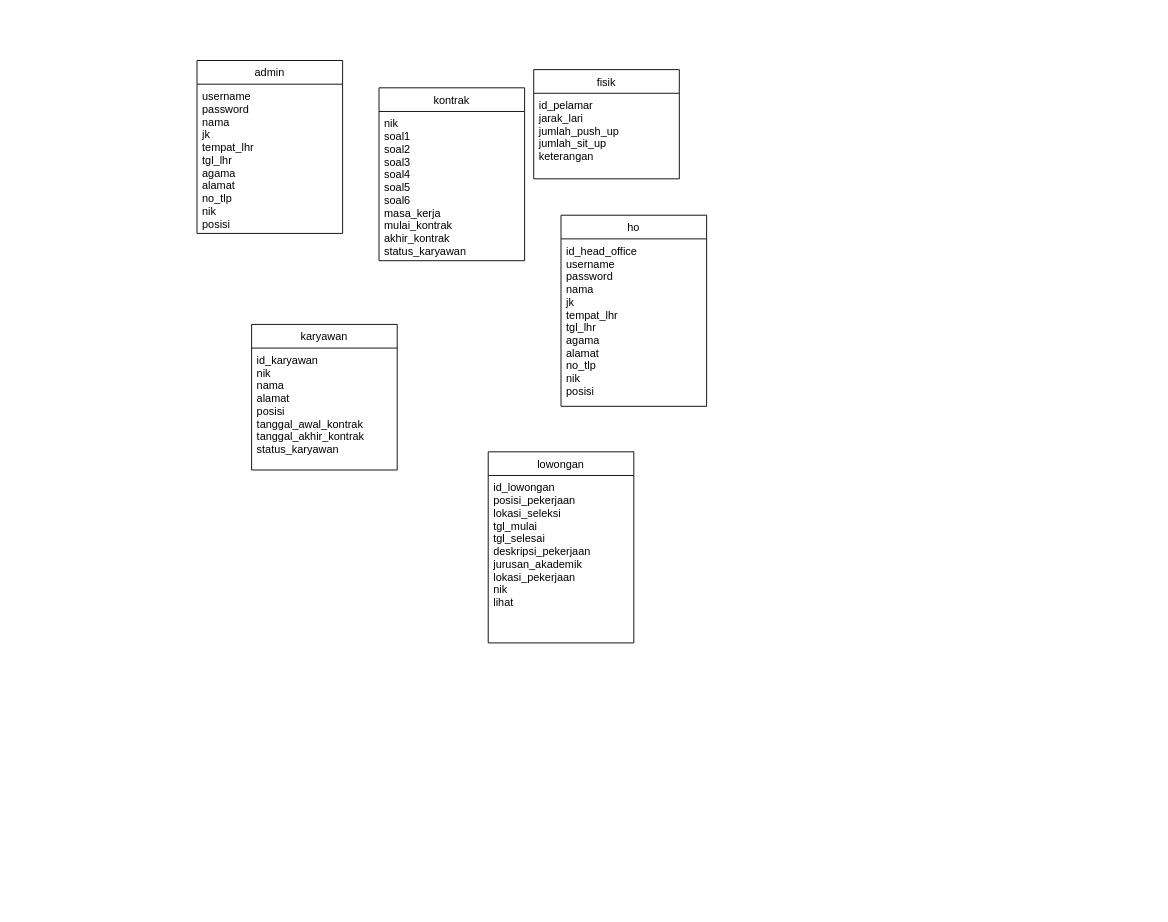
Before: page "Page-2" (2 of 2) of Diagram Tanpa Judul.drawio in nuraliahfj/PraktikumJavaProyek, a draw.io diagram. Source tidied: cells renumbered, new cells numbered last; positions are measured from the earlier drawing's top-left corner, leaving out a move shared by most shapes. Both pictures are drawn from the tidied source at 91%, with x=0, y=0 at pixel (197, 60).
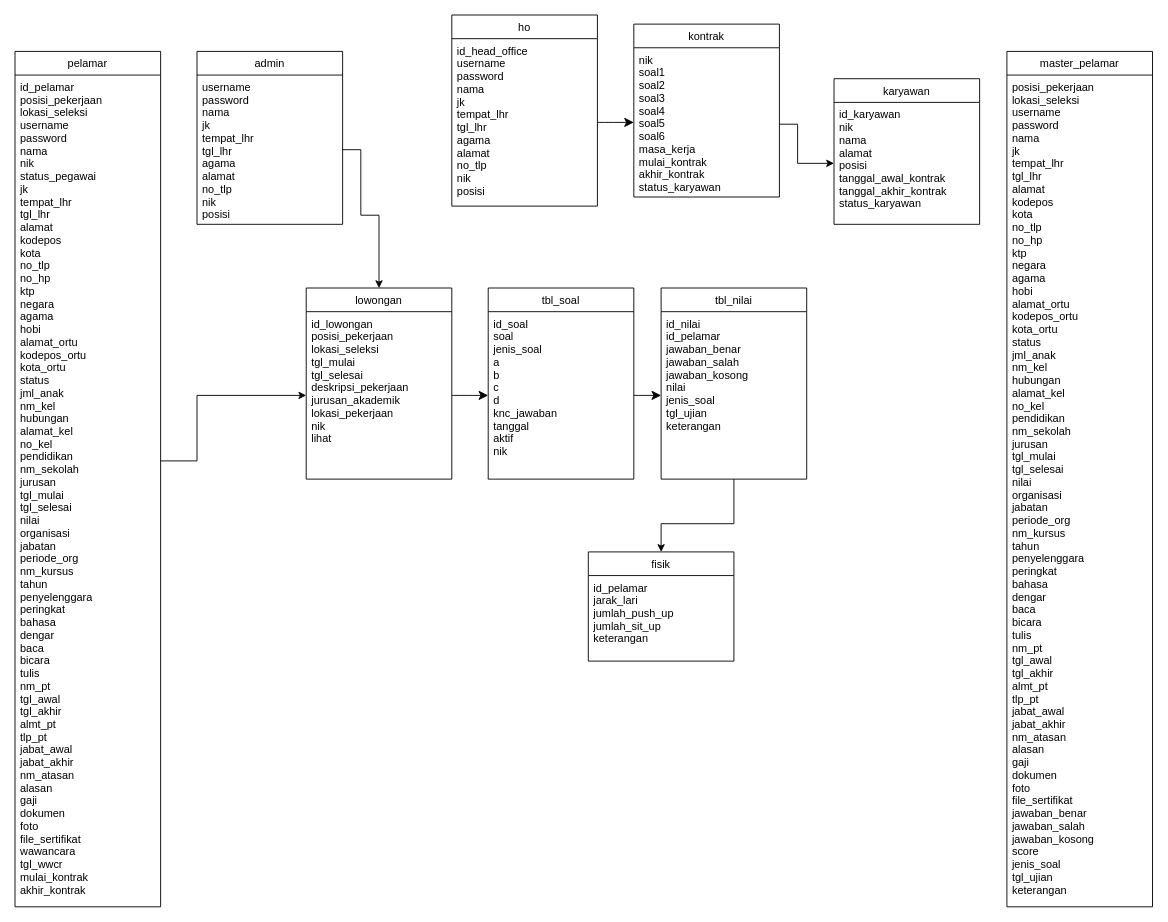
After the change.

Unchanged cells that the change refers to:
```xml
<mxCell id="3" value="username&#10;  password&#10;  nama&#10;  jk&#10;  tempat_lhr&#10;  tgl_lhr&#10;  agama&#10;  alamat&#10;  no_tlp&#10;  nik&#10;  posisi&#10; &#10;" style="text;align=left;verticalAlign=top;spacingLeft=4;spacingRight=4;overflow=hidden;points=[[0,0.5],[1,0.5]];portConstraint=eastwest;" parent="2" vertex="1">
  <mxGeometry y="26" width="160" height="164" as="geometry" />
</mxCell>
<mxCell id="5" value="nik&#10;  soal1&#10;  soal2&#10;  soal3&#10;  soal4&#10;  soal5&#10;  soal6&#10;  masa_kerja&#10;  mulai_kontrak&#10;  akhir_kontrak&#10;  status_karyawan" style="text;align=left;verticalAlign=top;spacingLeft=4;spacingRight=4;overflow=hidden;points=[[0,0.5],[1,0.5]];portConstraint=eastwest;" parent="4" vertex="1">
  <mxGeometry y="26" width="160" height="164" as="geometry" />
</mxCell>
<mxCell id="9" value="id_head_office&#10;  username&#10;  password&#10;  nama&#10;  jk&#10;  tempat_lhr&#10;  tgl_lhr&#10;  agama&#10;  alamat&#10;  no_tlp&#10;  nik&#10;  posisi" style="text;align=left;verticalAlign=top;spacingLeft=4;spacingRight=4;overflow=hidden;points=[[0,0.5],[1,0.5]];portConstraint=eastwest;" parent="8" vertex="1">
  <mxGeometry y="26" width="160" height="184" as="geometry" />
</mxCell>
<mxCell id="11" value="id_karyawan&#10;  nik&#10;  nama&#10;  alamat&#10;  posisi&#10;  tanggal_awal_kontrak&#10;  tanggal_akhir_kontrak&#10;  status_karyawan" style="text;align=left;verticalAlign=top;spacingLeft=4;spacingRight=4;overflow=hidden;points=[[0,0.5],[1,0.5]];portConstraint=eastwest;" parent="10" vertex="1">
  <mxGeometry y="26" width="160" height="134" as="geometry" />
</mxCell>
<mxCell id="13" value="id_lowongan&#10;  posisi_pekerjaan&#10;  lokasi_seleksi&#10;  tgl_mulai&#10;  tgl_selesai&#10;  deskripsi_pekerjaan&#10;  jurusan_akademik&#10;  lokasi_pekerjaan&#10;  nik&#10;  lihat" style="text;align=left;verticalAlign=top;spacingLeft=4;spacingRight=4;overflow=hidden;points=[[0,0.5],[1,0.5]];portConstraint=eastwest;" parent="12" vertex="1">
  <mxGeometry y="26" width="160" height="184" as="geometry" />
</mxCell>
```

The edit, as a diff of the source:
```diff
@@
     <mxCell id="2" value="admin" style="swimlane;fontStyle=0;align=center;verticalAlign=top;horizontal=1;startSize=26;rounded=0;shadow=0;strokeWidth=1;" parent="1" vertex="1">
-      <mxGeometry width="160" height="190" as="geometry" />
+      <mxGeometry y="-10" width="160" height="190" as="geometry" />
     </mxCell>
@@
     <mxCell id="4" value="kontrak" style="swimlane;fontStyle=0;align=center;verticalAlign=top;horizontal=1;startSize=26;rounded=0;shadow=0;strokeWidth=1;" parent="1" vertex="1">
-      <mxGeometry x="200" y="30" width="160" height="190" as="geometry" />
+      <mxGeometry x="480" y="-40" width="160" height="190" as="geometry" />
     </mxCell>
@@
     <mxCell id="6" value="fisik" style="swimlane;fontStyle=0;align=center;verticalAlign=top;horizontal=1;startSize=26;rounded=0;shadow=0;strokeWidth=1;" parent="1" vertex="1">
-      <mxGeometry x="370" y="10" width="160" height="120" as="geometry" />
+      <mxGeometry x="430" y="540" width="160" height="120" as="geometry" />
     </mxCell>
@@
     <mxCell id="8" value="ho&#10;" style="swimlane;fontStyle=0;align=center;verticalAlign=top;horizontal=1;startSize=26;rounded=0;shadow=0;strokeWidth=1;" parent="1" vertex="1">
-      <mxGeometry x="400" y="170" width="160" height="210" as="geometry" />
+      <mxGeometry x="280" y="-50" width="160" height="210" as="geometry" />
     </mxCell>
@@
     <mxCell id="10" value="karyawan" style="swimlane;fontStyle=0;align=center;verticalAlign=top;horizontal=1;startSize=26;rounded=0;shadow=0;strokeWidth=1;" parent="1" vertex="1">
-      <mxGeometry x="60" y="290" width="160" height="160" as="geometry" />
+      <mxGeometry x="700" y="20" width="160" height="160" as="geometry" />
     </mxCell>
@@
+    <mxCell id="14" style="edgeStyle=none;curved=1;rounded=0;jettySize=auto;html=1;exitX=0.5;exitY=0;exitDx=0;exitDy=0;fontSize=12;startSize=8;endSize=8;" parent="1" edge="1" source="12">
+      <mxGeometry relative="1" as="geometry">
+        <mxPoint x="240" y="260" as="targetPoint" />
+      </mxGeometry>
+    </mxCell>
     <mxCell id="12" value="lowongan" style="swimlane;fontStyle=0;align=center;verticalAlign=top;horizontal=1;startSize=26;rounded=0;shadow=0;strokeWidth=1;" parent="1" vertex="1">
-      <mxGeometry x="320" y="430" width="160" height="210" as="geometry" />
+      <mxGeometry x="120" y="250" width="160" height="210" as="geometry" />
     </mxCell>
@@
+    <mxCell id="15" value="pelamar" style="swimlane;fontStyle=0;align=center;verticalAlign=top;horizontal=1;startSize=26;rounded=0;shadow=0;strokeWidth=1;" parent="1" vertex="1">
+      <mxGeometry x="-200" y="-10" width="160" height="940" as="geometry" />
+    </mxCell>
+    <mxCell id="16" value="id_pelamar&#10;  posisi_pekerjaan&#10;  lokasi_seleksi&#10;  username&#10;  password&#10;  nama&#10;  nik&#10;  status_pegawai&#10;  jk&#10;  tempat_lhr&#10;  tgl_lhr&#10;  alamat&#10;  kodepos&#10;  kota&#10;  no_tlp&#10;  no_hp&#10;  ktp&#10;  negara&#10;  agama&#10;  hobi&#10;  alamat_ortu&#10;  kodepos_ortu&#10;  kota_ortu&#10;  status&#10;  jml_anak&#10;  nm_kel&#10;  hubungan&#10;  alamat_kel&#10;  no_kel&#10;  pendidikan&#10;  nm_sekolah&#10;  jurusan&#10;  tgl_mulai&#10;  tgl_selesai&#10;  nilai&#10;  organisasi&#10;  jabatan&#10;  periode_org&#10;  nm_kursus&#10;  tahun&#10;  penyelenggara&#10;  peringkat&#10;  bahasa&#10;  dengar&#10;  baca&#10;  bicara&#10;  tulis&#10;  nm_pt&#10;  tgl_awal&#10;  tgl_akhir&#10;  almt_pt&#10;  tlp_pt&#10;  jabat_awal&#10;  jabat_akhir&#10;  nm_atasan&#10;  alasan&#10;  gaji&#10;  dokumen&#10;  foto&#10;  file_sertifikat&#10;  wawancara&#10;  tgl_wwcr&#10;  mulai_kontrak&#10;  akhir_kontrak&#10; &#10;" style="text;align=left;verticalAlign=top;spacingLeft=4;spacingRight=4;overflow=hidden;" parent="15" vertex="1">
+      <mxGeometry y="26" width="160" height="914" as="geometry" />
+    </mxCell>
+    <mxCell id="17" value="master_pelamar" style="swimlane;fontStyle=0;align=center;verticalAlign=top;horizontal=1;startSize=26;rounded=0;shadow=0;strokeWidth=1;" parent="1" vertex="1">
+      <mxGeometry x="890" y="-10" width="160" height="940" as="geometry" />
+    </mxCell>
+    <mxCell id="18" value="posisi_pekerjaan&#10;  lokasi_seleksi&#10;  username&#10;  password&#10;  nama&#10;  jk&#10;  tempat_lhr&#10;  tgl_lhr&#10;  alamat&#10;  kodepos&#10;  kota&#10;  no_tlp&#10;  no_hp&#10;  ktp&#10;  negara&#10;  agama&#10;  hobi&#10;  alamat_ortu&#10;  kodepos_ortu&#10;  kota_ortu&#10;  status&#10;  jml_anak&#10;  nm_kel&#10;  hubungan&#10;  alamat_kel&#10;  no_kel&#10;  pendidikan&#10;  nm_sekolah&#10;  jurusan&#10;  tgl_mulai&#10;  tgl_selesai&#10;  nilai&#10;  organisasi&#10;  jabatan&#10;  periode_org&#10;  nm_kursus&#10;  tahun&#10;  penyelenggara&#10;  peringkat&#10;  bahasa&#10;  dengar&#10;  baca&#10;  bicara&#10;  tulis&#10;  nm_pt&#10;  tgl_awal&#10;  tgl_akhir&#10;  almt_pt&#10;  tlp_pt&#10;  jabat_awal&#10;  jabat_akhir&#10;  nm_atasan&#10;  alasan&#10;  gaji&#10;  dokumen&#10;  foto&#10;  file_sertifikat&#10;  jawaban_benar&#10;  jawaban_salah&#10;  jawaban_kosong&#10;  score&#10;  jenis_soal&#10;  tgl_ujian&#10;  keterangan&#10; &#10;" style="text;align=left;verticalAlign=top;spacingLeft=4;spacingRight=4;overflow=hidden;" parent="17" vertex="1">
+      <mxGeometry y="26" width="160" height="914" as="geometry" />
+    </mxCell>
+    <mxCell id="19" value="tbl_nilai" style="swimlane;fontStyle=0;align=center;verticalAlign=top;horizontal=1;startSize=26;rounded=0;shadow=0;strokeWidth=1;" parent="1" vertex="1">
+      <mxGeometry x="510" y="250" width="160" height="210" as="geometry" />
+    </mxCell>
+    <mxCell id="20" value="id_nilai&#10;  id_pelamar&#10;  jawaban_benar&#10;  jawaban_salah&#10;  jawaban_kosong&#10;  nilai&#10;  jenis_soal&#10;  tgl_ujian&#10;  keterangan&#10; &#10;" style="text;align=left;verticalAlign=top;spacingLeft=4;spacingRight=4;overflow=hidden;points=[[0,0.5],[1,0.5]];portConstraint=eastwest;" parent="19" vertex="1">
+      <mxGeometry y="26" width="160" height="184" as="geometry" />
+    </mxCell>
+    <mxCell id="21" value="tbl_soal" style="swimlane;fontStyle=0;align=center;verticalAlign=top;horizontal=1;startSize=26;rounded=0;shadow=0;strokeWidth=1;" parent="1" vertex="1">
+      <mxGeometry x="320" y="250" width="160" height="210" as="geometry" />
+    </mxCell>
+    <mxCell id="22" value="id_soal&#10;  soal&#10;  jenis_soal&#10;  a&#10;  b&#10;  c&#10;  d&#10;  knc_jawaban&#10;  tanggal&#10;  aktif&#10;  nik" style="text;align=left;verticalAlign=top;spacingLeft=4;spacingRight=4;overflow=hidden;points=[[0,0.5],[1,0.5]];portConstraint=eastwest;" parent="21" vertex="1">
+      <mxGeometry y="26" width="160" height="184" as="geometry" />
+    </mxCell>
+    <mxCell id="23" style="edgeStyle=orthogonalEdgeStyle;rounded=0;jettySize=auto;html=1;exitX=1;exitY=0.5;exitDx=0;exitDy=0;entryX=0.5;entryY=0;entryDx=0;entryDy=0;" parent="1" edge="1" source="3" target="12">
+      <mxGeometry relative="1" as="geometry">
+        <Array as="points">
+          <mxPoint x="180" y="98" />
+          <mxPoint x="180" y="170" />
+          <mxPoint x="200" y="170" />
+        </Array>
+      </mxGeometry>
+    </mxCell>
+    <mxCell id="24" style="edgeStyle=orthogonalEdgeStyle;rounded=0;jettySize=auto;html=1;exitX=1;exitY=0.5;exitDx=0;exitDy=0;entryX=0;entryY=0.5;entryDx=0;entryDy=0;" parent="1" edge="1" target="13">
+      <mxGeometry relative="1" as="geometry">
+        <mxPoint x="-40" y="440" as="sourcePoint" />
+        <Array as="points">
+          <mxPoint y="440" />
+          <mxPoint y="368" />
+        </Array>
+      </mxGeometry>
+    </mxCell>
+    <mxCell id="25" style="edgeStyle=none;curved=1;rounded=0;jettySize=auto;html=1;exitX=1;exitY=0.5;exitDx=0;exitDy=0;entryX=0;entryY=0.5;entryDx=0;entryDy=0;fontSize=12;startSize=8;endSize=8;" parent="1" edge="1" source="13" target="22">
+      <mxGeometry relative="1" as="geometry" />
+    </mxCell>
+    <mxCell id="26" style="edgeStyle=none;curved=1;rounded=0;jettySize=auto;html=1;exitX=1;exitY=0.5;exitDx=0;exitDy=0;entryX=0;entryY=0.5;entryDx=0;entryDy=0;fontSize=12;startSize=8;endSize=8;" parent="1" edge="1" source="22" target="20">
+      <mxGeometry relative="1" as="geometry" />
+    </mxCell>
+    <mxCell id="27" style="edgeStyle=orthogonalEdgeStyle;rounded=0;jettySize=auto;html=1;exitX=0.5;exitY=1;exitDx=0;exitDy=0;entryX=0.5;entryY=0;entryDx=0;entryDy=0;exitPerimeter=0;" parent="1" edge="1" source="20" target="6">
+      <mxGeometry relative="1" as="geometry">
+        <Array as="points">
+          <mxPoint x="590" y="509" />
+          <mxPoint x="510" y="509" />
+        </Array>
+      </mxGeometry>
+    </mxCell>
+    <mxCell id="28" style="edgeStyle=none;curved=1;rounded=0;jettySize=auto;html=1;exitX=1;exitY=0.5;exitDx=0;exitDy=0;entryX=0;entryY=0.5;entryDx=0;entryDy=0;fontSize=12;startSize=8;endSize=8;" parent="1" edge="1" source="9" target="5">
+      <mxGeometry relative="1" as="geometry" />
+    </mxCell>
+    <mxCell id="29" style="edgeStyle=orthogonalEdgeStyle;rounded=0;jettySize=auto;html=1;exitX=1;exitY=0.5;exitDx=0;exitDy=0;entryX=0;entryY=0.5;entryDx=0;entryDy=0;" parent="1" edge="1" target="11">
+      <mxGeometry relative="1" as="geometry">
+        <mxPoint x="640" y="70" as="sourcePoint" />
+        <Array as="points">
+          <mxPoint x="660" y="70" />
+          <mxPoint x="660" y="113" />
+        </Array>
+      </mxGeometry>
+    </mxCell>
```
